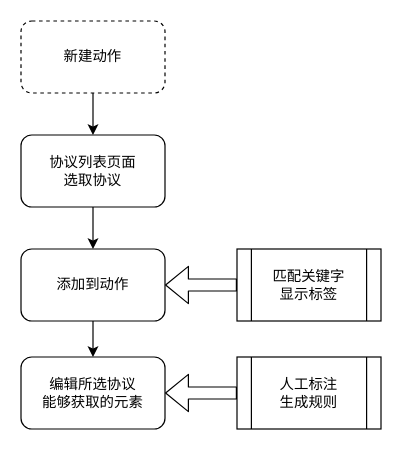
This is 动作筛选.drawio from ouyangtian/drawio, a draw.io file, before an edit. Source tidied: cells renumbered, new cells numbered last; positions are measured from the earlier drawing's top-left corner, leaving out a move shared by most shapes. Both pictures are drawn from the tidied source at 120%, with x=0, y=0 at pixel (20, 20).
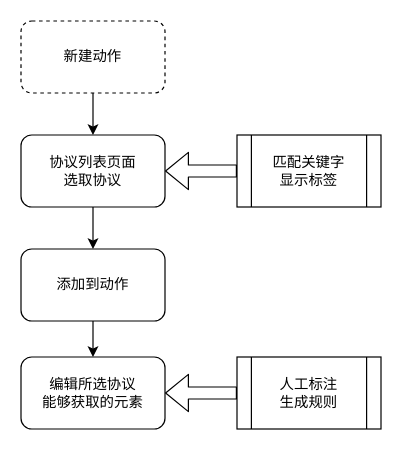
After the change.

Commit message:
更新动作筛选.drawio

Change to the diagram source:
```diff
@@
 <mxGraphModel>
   <root>
     <mxCell id="0" />
     <mxCell id="1" parent="0" />
     <mxCell id="2" value="新建动作" style="rounded=1;whiteSpace=wrap;html=1;dashed=1;" parent="1" vertex="1">
       <mxGeometry width="120" height="60" as="geometry" />
     </mxCell>
     <mxCell id="3" value="协议列表页面&lt;br&gt;选取协议" style="rounded=1;whiteSpace=wrap;html=1;" parent="1" vertex="1">
       <mxGeometry y="95" width="120" height="60" as="geometry" />
     </mxCell>
     <mxCell id="4" value="添加到动作" style="rounded=1;whiteSpace=wrap;html=1;" parent="1" vertex="1">
       <mxGeometry y="190" width="120" height="60" as="geometry" />
     </mxCell>
     <mxCell id="5" value="编辑所选协议&lt;br&gt;能够获取的元素" style="rounded=1;whiteSpace=wrap;html=1;" parent="1" vertex="1">
       <mxGeometry y="280" width="120" height="60" as="geometry" />
     </mxCell>
     <mxCell id="6" value="人工标注&lt;br&gt;生成规则" style="shape=process;whiteSpace=wrap;html=1;backgroundOutline=1;" parent="1" vertex="1">
       <mxGeometry x="180" y="280" width="120" height="60" as="geometry" />
     </mxCell>
     <mxCell id="7" style="shape=flexArrow;endArrow=classic;html=1;exitX=0;exitY=0.5;exitDx=0;exitDy=0;" parent="1" edge="1" source="6" target="5">
       <mxGeometry relative="1" as="geometry" />
     </mxCell>
     <mxCell id="8" style="endArrow=classic;html=1;exitX=0.5;exitY=1;exitDx=0;exitDy=0;entryX=0.5;entryY=0;entryDx=0;entryDy=0;" parent="1" edge="1" source="2" target="3">
       <mxGeometry relative="1" as="geometry" />
     </mxCell>
     <mxCell id="9" style="endArrow=classic;html=1;exitX=0.5;exitY=1;exitDx=0;exitDy=0;" parent="1" edge="1" source="3">
       <mxGeometry relative="1" as="geometry">
         <mxPoint x="60" y="190" as="targetPoint" />
       </mxGeometry>
     </mxCell>
     <mxCell id="10" style="endArrow=classic;html=1;" parent="1" edge="1" source="4" target="5">
       <mxGeometry relative="1" as="geometry" />
     </mxCell>
     <mxCell id="11" value="匹配关键字&lt;br&gt;显示标签" style="shape=process;whiteSpace=wrap;html=1;backgroundOutline=1;" parent="1" vertex="1">
-      <mxGeometry x="180" y="190" width="120" height="60" as="geometry" />
+      <mxGeometry x="180" y="95" width="120" height="60" as="geometry" />
     </mxCell>
-    <mxCell id="12" style="shape=flexArrow;endArrow=classic;html=1;exitX=0;exitY=0.5;exitDx=0;exitDy=0;entryX=1;entryY=0.5;entryDx=0;entryDy=0;" parent="1" edge="1" source="11" target="4">
+    <mxCell id="12" style="shape=flexArrow;endArrow=classic;html=1;exitX=0;exitY=0.5;exitDx=0;exitDy=0;entryX=1;entryY=0.5;entryDx=0;entryDy=0;" parent="1" edge="1" source="11" target="3">
       <mxGeometry relative="1" as="geometry" />
     </mxCell>
   </root>
 </mxGraphModel>
```
